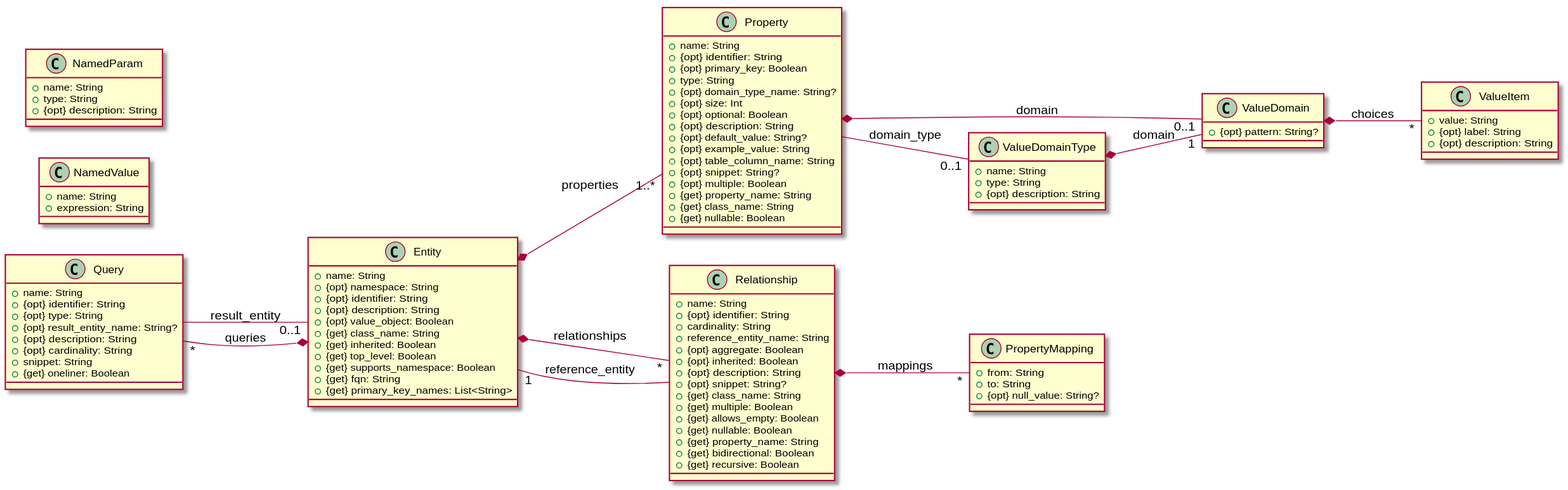
The PlantUML diagram doc/image/model-diagram.svg in laplacian-core/metamodel, before a commit.
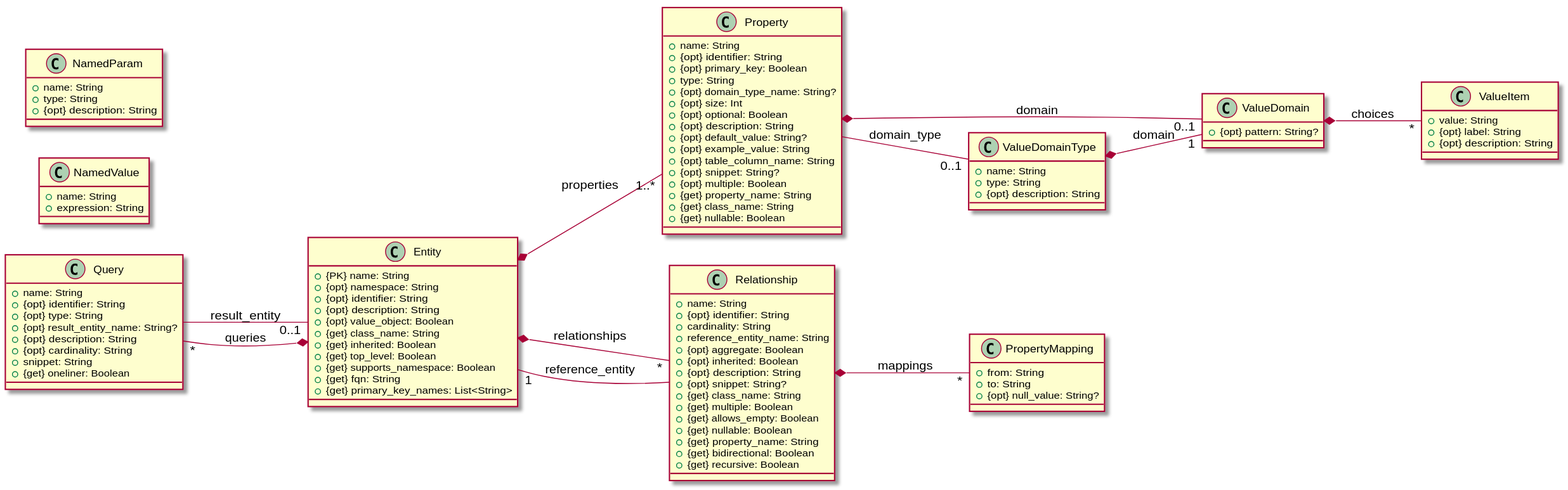
The same diagram one commit later.

What changed in the source:
```diff
@@ -21,7 +21,7 @@
 
 
 class Entity {
-  + name: String
+  + {PK}  name: String
   + {opt} namespace: String
   + {opt} identifier: String
   + {opt} description: String
```
